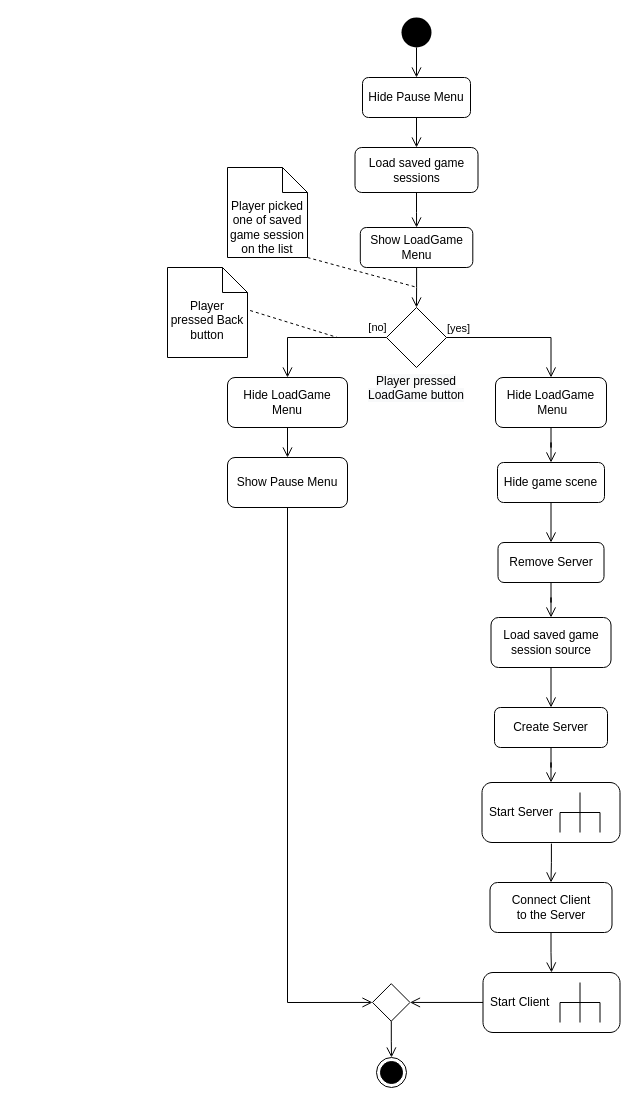
Before: doc/activity_diagrams/singleplayer/load_game.drawio in TadekBiela/heisttown, a draw.io diagram. Source tidied: cells renumbered, new cells numbered last; positions are measured from the earlier drawing's top-left corner, leaving out a move shared by most shapes. Both pictures are drawn from the tidied source at 100%, with x=0, y=0 at pixel (167, 17).
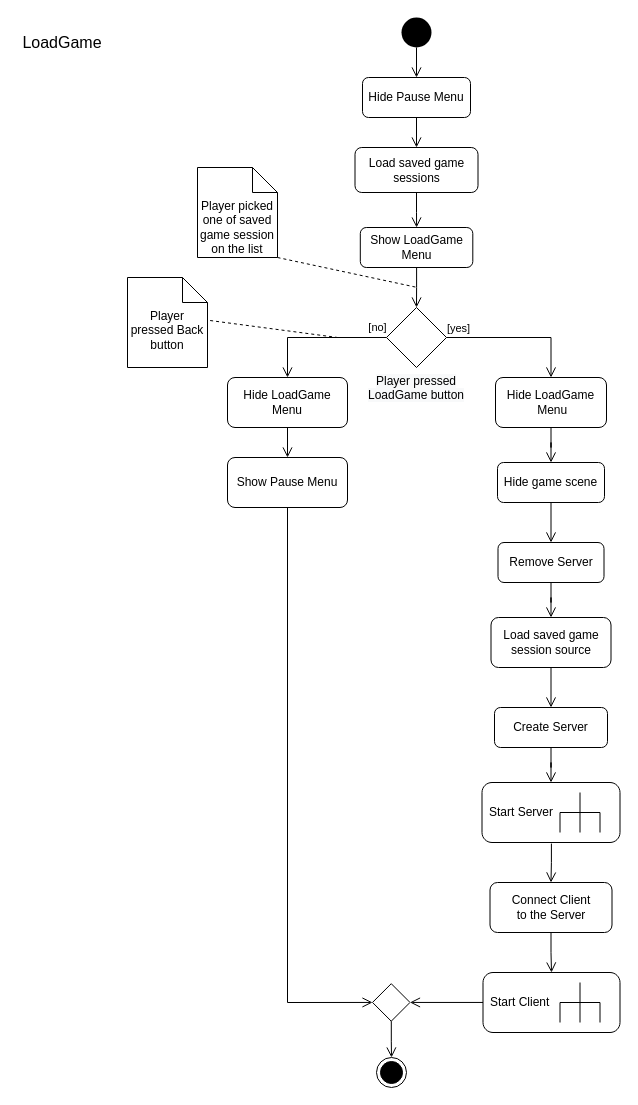
After the change.

Commit message (it also covers changes not shown here):
Update load game singleplayer activity diagram

What changed in the source:
```diff
@@
     <mxCell id="28" value="Player picked one of saved game session on the list" style="shape=note2;boundedLbl=1;whiteSpace=wrap;html=1;size=25;verticalAlign=top;align=center;" parent="1" vertex="1">
-      <mxGeometry x="60" y="150" width="80" height="90" as="geometry" />
+      <mxGeometry x="30" y="150" width="80" height="90" as="geometry" />
     </mxCell>
-    <mxCell id="29" style="rounded=0;orthogonalLoop=1;jettySize=auto;html=1;endArrow=none;endFill=0;endSize=8;dashed=1;" parent="1" edge="1">
+    <mxCell id="29" style="rounded=0;jettySize=auto;html=1;endArrow=none;endFill=0;endSize=8;dashed=1;exitX=1;exitY=1;exitDx=0;exitDy=0;exitPerimeter=0;" parent="1" edge="1" source="28">
       <mxGeometry relative="1" as="geometry">
-        <mxPoint x="140" y="240" as="sourcePoint" />
         <mxPoint x="250" y="270" as="targetPoint" />
       </mxGeometry>
     </mxCell>
@@
     <mxCell id="40" value="Player pressed Back button" style="shape=note2;boundedLbl=1;whiteSpace=wrap;html=1;size=25;verticalAlign=top;align=center;" parent="1" vertex="1">
-      <mxGeometry y="250" width="80" height="90" as="geometry" />
+      <mxGeometry x="-40" y="260" width="80" height="90" as="geometry" />
     </mxCell>
@@
+    <mxCell id="42" value="LoadGame" style="text;html=1;strokeColor=none;fillColor=none;align=center;verticalAlign=middle;whiteSpace=wrap;rounded=0;fontSize=16;" parent="1" vertex="1">
+      <mxGeometry x="-150" y="10" width="90" height="30" as="geometry" />
+    </mxCell>
```
